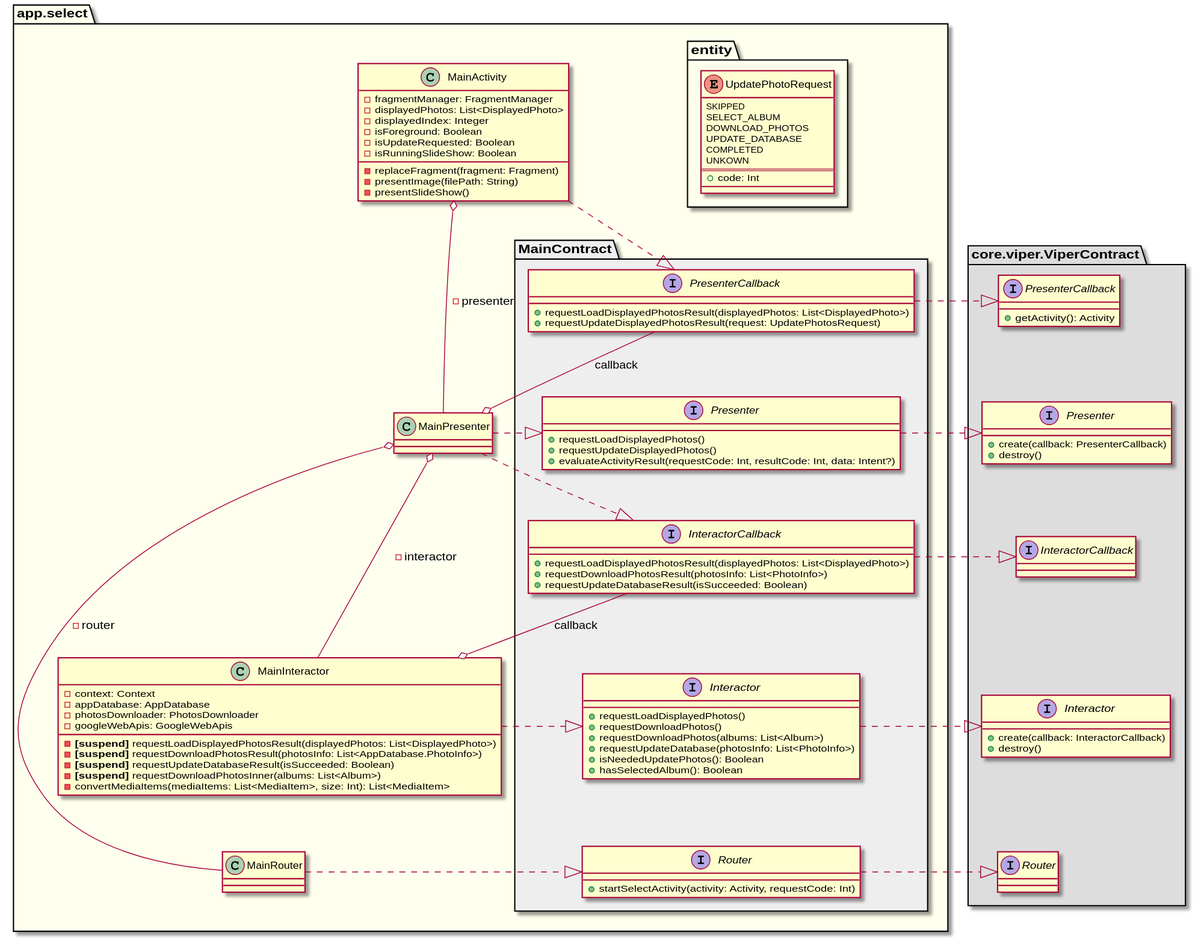
The PlantUML diagram uml/main/class_diagram_main_viper.svg in sallyluenoa/PhotoSlideShow, before a commit.
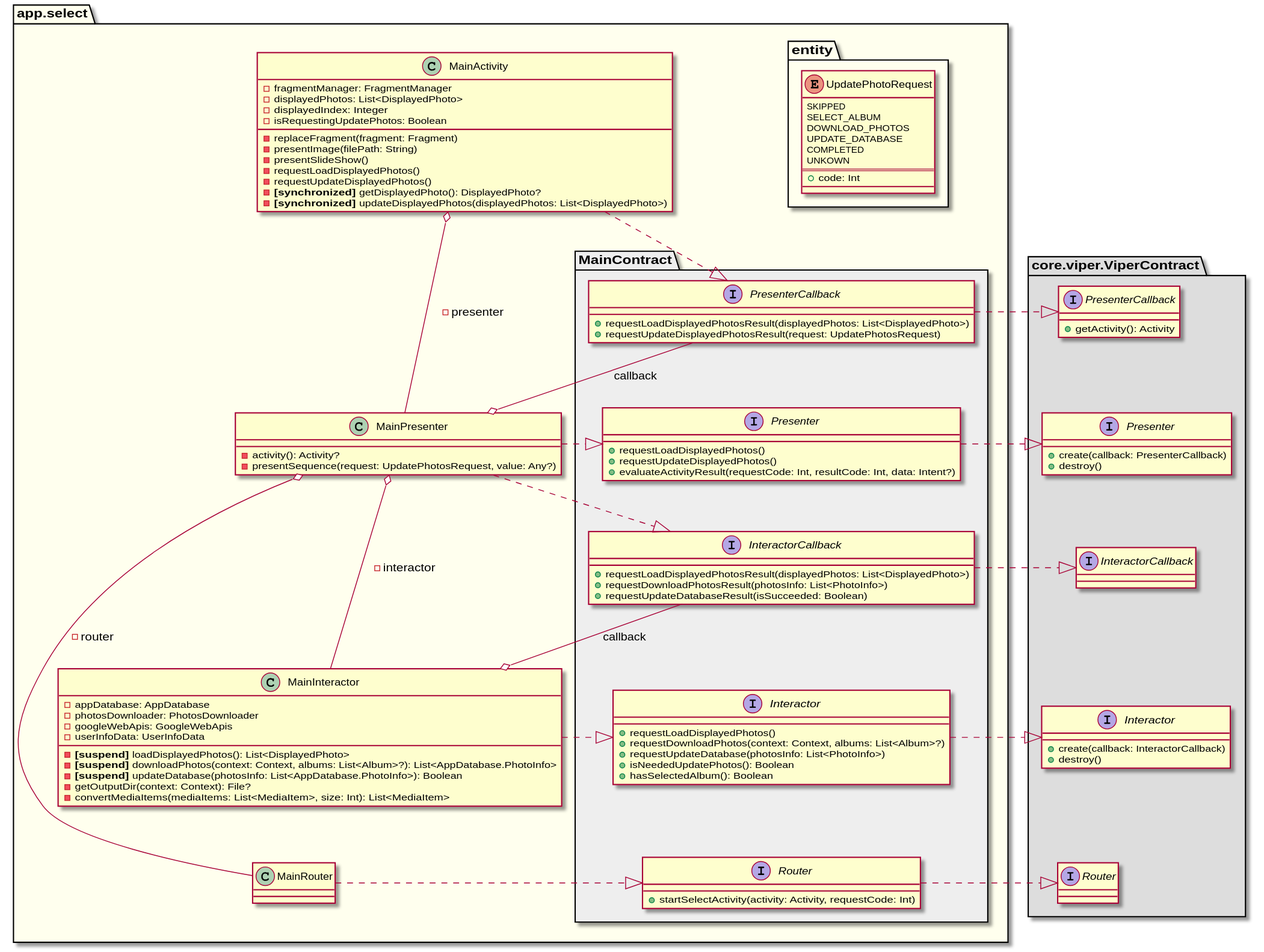
Later version of the same file.

What changed in the source:
```diff
@@ -34,8 +34,7 @@
     }
     interface Interactor {
       + requestLoadDisplayedPhotos()
-      + requestDownloadPhotos()
-      + requestDownloadPhotos(albums: List<Album>)
+      + requestDownloadPhotos(context: Context, albums: List<Album>?)
       + requestUpdateDatabase(photosInfo: List<PhotoInfo>)
       + isNeededUpdatePhotos(): Boolean
       + hasSelectedAlbum(): Boolean
@@ -73,23 +72,28 @@
     - fragmentManager: FragmentManager
     - displayedPhotos: List<DisplayedPhoto>
     - displayedIndex: Integer
-    - isForeground: Boolean
-    - isUpdateRequested: Boolean
-    - isRunningSlideShow: Boolean
+    - isRequestingUpdatePhotos: Boolean
     - replaceFragment(fragment: Fragment)
     - presentImage(filePath: String)
     - presentSlideShow()
+    - requestLoadDisplayedPhotos()
+    - requestUpdateDisplayedPhotos()
+    - <b>[synchronized]</b> getDisplayedPhoto(): DisplayedPhoto?
+    - <b>[synchronized]</b> updateDisplayedPhotos(displayedPhotos: List<DisplayedPhoto>)
   }
-  class MainPresenter
+  class MainPresenter {
+    - activity(): Activity?
+    - presentSequence(request: UpdatePhotosRequest, value: Any?)
+  }
   class MainInteractor {
-    - context: Context
     - appDatabase: AppDatabase
     - photosDownloader: PhotosDownloader
     - googleWebApis: GoogleWebApis
-    - <b>[suspend]</b> requestLoadDisplayedPhotosResult(displayedPhotos: List<DisplayedPhoto>)
-    - <b>[suspend]</b> requestDownloadPhotosResult(photosInfo: List<AppDatabase.PhotoInfo>)
-    - <b>[suspend]</b> requestUpdateDatabaseResult(isSucceeded: Boolean)
-    - <b>[suspend]</b> requestDownloadPhotosInner(albums: List<Album>)
+    - userInfoData: UserInfoData
+    - <b>[suspend]</b> loadDisplayedPhotos(): List<DisplayedPhoto>
+    - <b>[suspend]</b> downloadPhotos(context: Context, albums: List<Album>?): List<AppDatabase.PhotoInfo>
+    - <b>[suspend]</b> updateDatabase(photosInfo: List<AppDatabase.PhotoInfo>): Boolean
+    - getOutputDir(context: Context): File?
     - convertMediaItems(mediaItems: List<MediaItem>, size: Int): List<MediaItem>
   }
   class MainRouter
```
